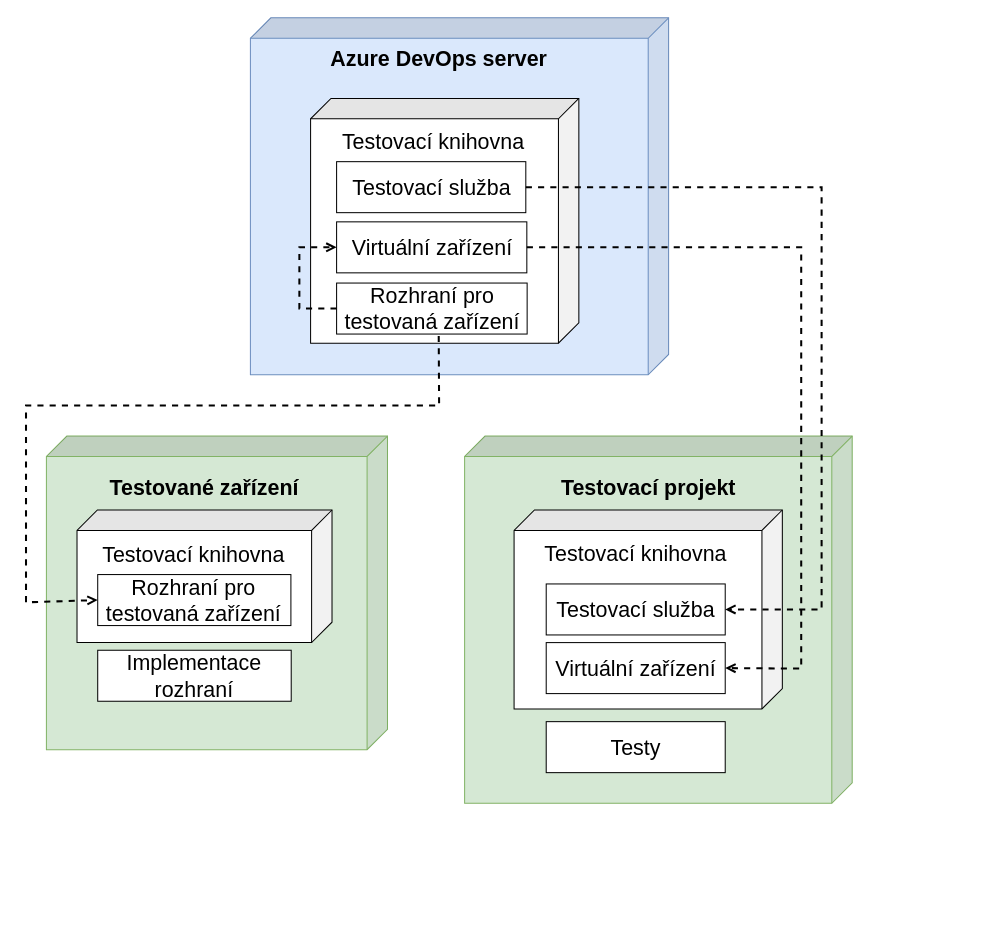
Above: assets/img/src/deploymentmodel.drawio in wheeeper/bachelors-thesis (draw.io), before the change. Source tidied: cells renumbered, new cells numbered last; positions are measured from the earlier drawing's top-left corner, leaving out a move shared by most shapes. Both pictures are drawn from the tidied source at 102%, with x=0, y=0 at pixel (26, 17).
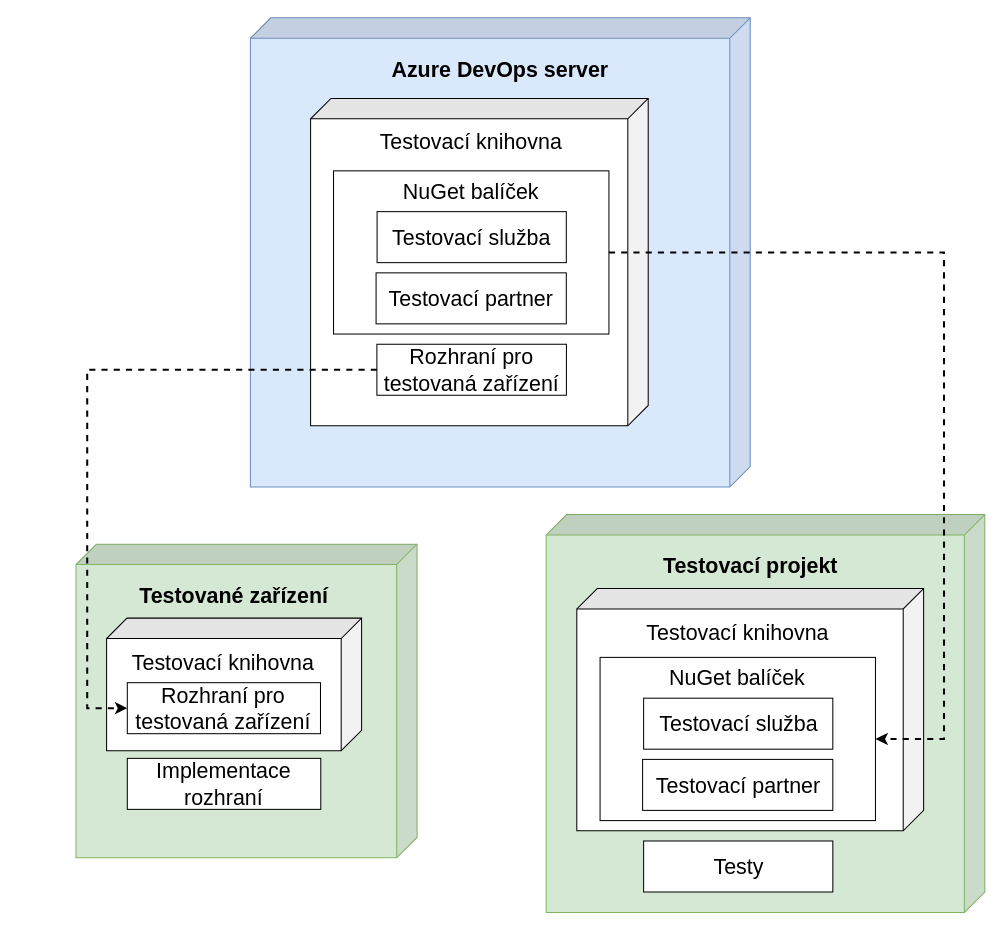
After the change.

Commit message (it also covers changes not shown here):
deployment model update

The edit, as a diff of the source:
```diff
@@
+    <mxCell id="4" style="shape=cube;whiteSpace=wrap;html=1;boundedLbl=1;backgroundOutline=1;darkOpacity=0.05;darkOpacity2=0.1;direction=south;fillColor=#dae8fc;strokeColor=#6c8ebf;fontSize=21;" parent="1" vertex="1">
+      <mxGeometry x="220" width="490" height="460" as="geometry" />
+    </mxCell>
+    <mxCell id="6" style="shape=cube;whiteSpace=wrap;html=1;boundedLbl=1;backgroundOutline=1;darkOpacity=0.05;darkOpacity2=0.1;direction=south;fontSize=21;" parent="1" vertex="1">
+      <mxGeometry x="279" y="79" width="331" height="321" as="geometry" />
+    </mxCell>
+    <mxCell id="28" style="rounded=0;whiteSpace=wrap;html=1;" parent="1" vertex="1">
+      <mxGeometry x="301.5" y="150" width="270" height="160" as="geometry" />
+    </mxCell>
     <mxCell id="2" style="shape=cube;whiteSpace=wrap;html=1;boundedLbl=1;backgroundOutline=1;darkOpacity=0.05;darkOpacity2=0.1;direction=south;fillColor=#d5e8d4;strokeColor=#82b366;fontSize=21;" parent="1" vertex="1">
-      <mxGeometry x="20" y="410" width="334.4" height="307.5" as="geometry" />
+      <mxGeometry x="49" y="516" width="334.4" height="307.5" as="geometry" />
     </mxCell>
     <mxCell id="3" value="&lt;b style=&quot;font-size: 21px&quot;&gt;Testované zařízení&lt;/b&gt;" style="text;html=1;strokeColor=none;fillColor=none;align=center;verticalAlign=middle;whiteSpace=wrap;rounded=0;fontSize=21;" parent="1" vertex="1">
-      <mxGeometry x="58.1" y="450" width="233.9" height="20" as="geometry" />
+      <mxGeometry x="87.1" y="556" width="233.9" height="20" as="geometry" />
     </mxCell>
-    <mxCell id="4" style="shape=cube;whiteSpace=wrap;html=1;boundedLbl=1;backgroundOutline=1;darkOpacity=0.05;darkOpacity2=0.1;direction=south;fillColor=#dae8fc;strokeColor=#6c8ebf;fontSize=21;" parent="1" vertex="1">
-      <mxGeometry x="220" width="410" height="350" as="geometry" />
-    </mxCell>
     <mxCell id="5" value="Azure DevOps server" style="text;html=1;strokeColor=none;fillColor=none;align=center;verticalAlign=middle;whiteSpace=wrap;rounded=0;fontStyle=1;fontSize=21;" parent="1" vertex="1">
-      <mxGeometry x="282" y="30" width="246" height="20" as="geometry" />
+      <mxGeometry x="342" y="40" width="246" height="20" as="geometry" />
     </mxCell>
-    <mxCell id="6" style="shape=cube;whiteSpace=wrap;html=1;boundedLbl=1;backgroundOutline=1;darkOpacity=0.05;darkOpacity2=0.1;direction=south;fontSize=21;" parent="1" vertex="1">
-      <mxGeometry x="279" y="79" width="263" height="240" as="geometry" />
-    </mxCell>
     <mxCell id="7" value="Testovací knihovna" style="text;html=1;strokeColor=none;fillColor=none;align=center;verticalAlign=middle;whiteSpace=wrap;rounded=0;fontSize=21;" parent="1" vertex="1">
-      <mxGeometry x="304.5" y="111" width="189" height="20" as="geometry" />
+      <mxGeometry x="342" y="111" width="189" height="20" as="geometry" />
     </mxCell>
     <mxCell id="8" style="shape=cube;whiteSpace=wrap;html=1;boundedLbl=1;backgroundOutline=1;darkOpacity=0.05;darkOpacity2=0.1;direction=south;fillColor=#d5e8d4;strokeColor=#82b366;fontSize=21;" parent="1" vertex="1">
-      <mxGeometry x="430" y="410" width="380" height="360" as="geometry" />
+      <mxGeometry x="510" y="487" width="430" height="390" as="geometry" />
     </mxCell>
     <mxCell id="9" value="Testovací projekt" style="text;html=1;strokeColor=none;fillColor=none;align=center;verticalAlign=middle;whiteSpace=wrap;rounded=0;fontStyle=1;fontSize=21;" parent="1" vertex="1">
-      <mxGeometry x="522.5" y="450" width="175" height="20" as="geometry" />
+      <mxGeometry x="622.5" y="527" width="175" height="20" as="geometry" />
     </mxCell>
     <mxCell id="10" value="Testovací služba" style="rounded=0;whiteSpace=wrap;html=1;fontSize=21;" parent="1" vertex="1">
-      <mxGeometry x="304.5" y="141" width="185.5" height="50" as="geometry" />
+      <mxGeometry x="344.2" y="190" width="185.5" height="50" as="geometry" />
     </mxCell>
     <mxCell id="11" value="Rozhraní pro testovaná zařízení" style="rounded=0;whiteSpace=wrap;html=1;fontSize=21;" parent="1" vertex="1">
-      <mxGeometry x="304.5" y="260" width="186.8" height="50" as="geometry" />
+      <mxGeometry x="344" y="320" width="185.8" height="50" as="geometry" />
     </mxCell>
-    <mxCell id="12" value="Virtuální zařízení" style="rounded=0;whiteSpace=wrap;html=1;fontSize=21;" parent="1" vertex="1">
-      <mxGeometry x="304.5" y="200" width="186.5" height="50" as="geometry" />
+    <mxCell id="12" value="Testovací partner" style="rounded=0;whiteSpace=wrap;html=1;fontSize=21;" parent="1" vertex="1">
+      <mxGeometry x="343.2" y="250" width="186.5" height="50" as="geometry" />
     </mxCell>
     <mxCell id="13" style="shape=cube;whiteSpace=wrap;html=1;boundedLbl=1;backgroundOutline=1;darkOpacity=0.05;darkOpacity2=0.1;direction=south;fontSize=21;" parent="1" vertex="1">
-      <mxGeometry x="478.5" y="482.5" width="263" height="195" as="geometry" />
+      <mxGeometry x="540" y="559.5" width="340" height="237.5" as="geometry" />
     </mxCell>
     <mxCell id="14" value="Testovací knihovna" style="text;html=1;strokeColor=none;fillColor=none;align=center;verticalAlign=middle;whiteSpace=wrap;rounded=0;fontSize=21;" parent="1" vertex="1">
-      <mxGeometry x="506.6" y="515" width="182.2" height="20" as="geometry" />
+      <mxGeometry x="606.6" y="592" width="182.2" height="20" as="geometry" />
     </mxCell>
-    <mxCell id="15" value="Testovací služba" style="rounded=0;whiteSpace=wrap;html=1;fontSize=21;" parent="1" vertex="1">
-      <mxGeometry x="510" y="555" width="175.5" height="50" as="geometry" />
-    </mxCell>
-    <mxCell id="16" value="Virtuální zařízení" style="rounded=0;whiteSpace=wrap;html=1;fontSize=21;" parent="1" vertex="1">
-      <mxGeometry x="510" y="612.5" width="175.5" height="50" as="geometry" />
-    </mxCell>
     <mxCell id="17" style="shape=cube;whiteSpace=wrap;html=1;boundedLbl=1;backgroundOutline=1;darkOpacity=0.05;darkOpacity2=0.1;direction=south;fontSize=21;" parent="1" vertex="1">
-      <mxGeometry x="50" y="482.5" width="250" height="130" as="geometry" />
+      <mxGeometry x="79" y="588.5" width="250" height="130" as="geometry" />
     </mxCell>
     <mxCell id="18" value="Rozhraní pro testovaná zařízení" style="rounded=0;whiteSpace=wrap;html=1;fontSize=21;" parent="1" vertex="1">
-      <mxGeometry x="70.3" y="545.8" width="189.4" height="50" as="geometry" />
+      <mxGeometry x="99.3" y="651.8" width="189.4" height="50" as="geometry" />
     </mxCell>
     <mxCell id="19" value="&lt;div&gt;Implementace rozhraní&lt;/div&gt;" style="rounded=0;whiteSpace=wrap;html=1;fontSize=21;align=center;" parent="1" vertex="1">
-      <mxGeometry x="70.3" y="620" width="189.7" height="50" as="geometry" />
+      <mxGeometry x="99.3" y="726" width="189.7" height="50" as="geometry" />
     </mxCell>
@@
     <mxCell id="21" style="edgeStyle=orthogonalEdgeStyle;rounded=0;orthogonalLoop=1;jettySize=auto;html=1;exitX=0.5;exitY=1;exitDx=0;exitDy=0;fontSize=21;" parent="1" edge="1">
       <mxGeometry relative="1" as="geometry">
-        <mxPoint x="602.8" y="545.8" as="sourcePoint" />
-        <mxPoint x="602.8" y="545.8" as="targetPoint" />
+        <mxPoint x="702.8" y="622.8" as="sourcePoint" />
+        <mxPoint x="702.8" y="622.8" as="targetPoint" />
       </mxGeometry>
     </mxCell>
-    <mxCell id="22" style="endArrow=open;dashed=1;html=1;strokeWidth=2;endFill=0;exitX=1;exitY=0.5;exitDx=0;exitDy=0;entryX=1;entryY=0.5;entryDx=0;entryDy=0;rounded=0;" parent="1" edge="1" source="10" target="15">
-      <mxGeometry relative="1" as="geometry">
-        <Array as="points">
-          <mxPoint x="780" y="166" />
-          <mxPoint x="780" y="580" />
-        </Array>
-      </mxGeometry>
-    </mxCell>
-    <mxCell id="23" style="endArrow=open;dashed=1;html=1;strokeWidth=2;endFill=0;rounded=0;exitX=1;exitY=0.5;exitDx=0;exitDy=0;entryX=1;entryY=0.5;entryDx=0;entryDy=0;" parent="1" edge="1" source="12" target="16">
-      <mxGeometry relative="1" as="geometry">
-        <Array as="points">
-          <mxPoint x="760" y="225" />
-          <mxPoint x="760" y="638" />
-        </Array>
-      </mxGeometry>
-    </mxCell>
-    <mxCell id="24" style="endArrow=open;dashed=1;html=1;strokeWidth=2;endFill=0;rounded=0;exitX=0.536;exitY=1.037;exitDx=0;exitDy=0;entryX=0;entryY=0.5;entryDx=0;entryDy=0;exitPerimeter=0;" parent="1" edge="1" source="11" target="18">
-      <mxGeometry relative="1" as="geometry">
-        <Array as="points">
-          <mxPoint x="405" y="380" />
-          <mxPoint y="380" />
-          <mxPoint y="573" />
-        </Array>
-      </mxGeometry>
-    </mxCell>
-    <mxCell id="25" style="endArrow=open;dashed=1;html=1;strokeWidth=2;endFill=0;rounded=0;exitX=0;exitY=0.5;exitDx=0;exitDy=0;entryX=0;entryY=0.5;entryDx=0;entryDy=0;" parent="1" edge="1" source="11" target="12">
-      <mxGeometry relative="1" as="geometry">
-        <Array as="points">
-          <mxPoint x="268" y="285" />
-          <mxPoint x="268" y="225" />
-        </Array>
-      </mxGeometry>
-    </mxCell>
     <mxCell id="26" value="Testovací knihovna" style="text;html=1;strokeColor=none;fillColor=none;align=center;verticalAlign=middle;whiteSpace=wrap;rounded=0;fontSize=21;" parent="1" vertex="1">
-      <mxGeometry x="70.3" y="516" width="189" height="20" as="geometry" />
+      <mxGeometry x="99.3" y="622" width="189" height="20" as="geometry" />
     </mxCell>
     <mxCell id="27" value="Testy" style="rounded=0;whiteSpace=wrap;html=1;fontSize=21;" parent="1" vertex="1">
-      <mxGeometry x="510" y="690" width="175.5" height="50" as="geometry" />
+      <mxGeometry x="605.5" y="807" width="185.5" height="50" as="geometry" />
     </mxCell>
+    <mxCell id="29" value="NuGet balíček" style="text;html=1;strokeColor=none;fillColor=none;align=center;verticalAlign=middle;whiteSpace=wrap;rounded=0;fontSize=21;" parent="1" vertex="1">
+      <mxGeometry x="342" y="160" width="189" height="20" as="geometry" />
+    </mxCell>
+    <mxCell id="30" style="rounded=0;whiteSpace=wrap;html=1;" parent="1" vertex="1">
+      <mxGeometry x="562.8" y="627" width="270" height="160" as="geometry" />
+    </mxCell>
+    <mxCell id="15" value="Testovací služba" style="rounded=0;whiteSpace=wrap;html=1;fontSize=21;" parent="1" vertex="1">
+      <mxGeometry x="605.5" y="667" width="185.5" height="50" as="geometry" />
+    </mxCell>
+    <mxCell id="31" value="Testovací partner" style="rounded=0;whiteSpace=wrap;html=1;fontSize=21;" parent="1" vertex="1">
+      <mxGeometry x="604.5" y="727" width="186.5" height="50" as="geometry" />
+    </mxCell>
+    <mxCell id="32" value="NuGet balíček" style="text;html=1;strokeColor=none;fillColor=none;align=center;verticalAlign=middle;whiteSpace=wrap;rounded=0;fontSize=21;" parent="1" vertex="1">
+      <mxGeometry x="603.3" y="637" width="189" height="20" as="geometry" />
+    </mxCell>
+    <mxCell id="33" style="endArrow=classic;html=1;exitX=1;exitY=0.5;exitDx=0;exitDy=0;entryX=1;entryY=0.5;entryDx=0;entryDy=0;dashed=1;strokeWidth=2;rounded=0;" parent="1" edge="1" source="28" target="30">
+      <mxGeometry relative="1" as="geometry">
+        <Array as="points">
+          <mxPoint x="900" y="230" />
+          <mxPoint x="900" y="707" />
+        </Array>
+      </mxGeometry>
+    </mxCell>
+    <mxCell id="24" style="edgeStyle=orthogonalEdgeStyle;rounded=0;jettySize=auto;html=1;entryX=0;entryY=0.5;entryDx=0;entryDy=0;dashed=1;strokeWidth=2;" parent="1" edge="1" source="11" target="18">
+      <mxGeometry relative="1" as="geometry">
+        <Array as="points">
+          <mxPoint x="60" y="345" />
+          <mxPoint x="60" y="677" />
+        </Array>
+      </mxGeometry>
+    </mxCell>
```
